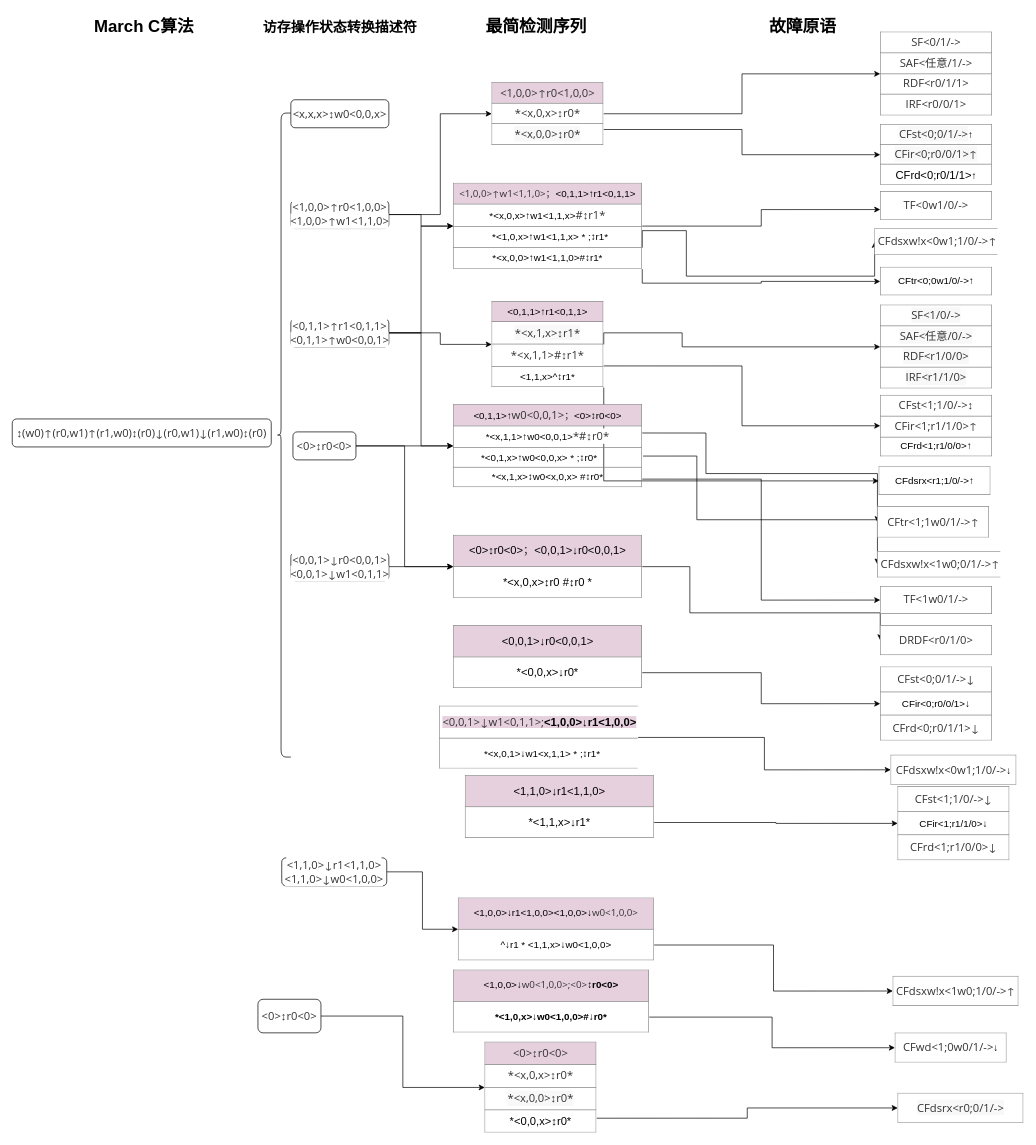
Earlier version of the draw.io diagram doc/march c检测故障.drawio (shanshan-lu/homwork). Source tidied: cells renumbered, new cells numbered last; positions are measured from the earlier drawing's top-left corner, leaving out a move shared by most shapes. Both pictures are drawn from the tidied source at 70%, with x=0, y=0 at pixel (12, 12).
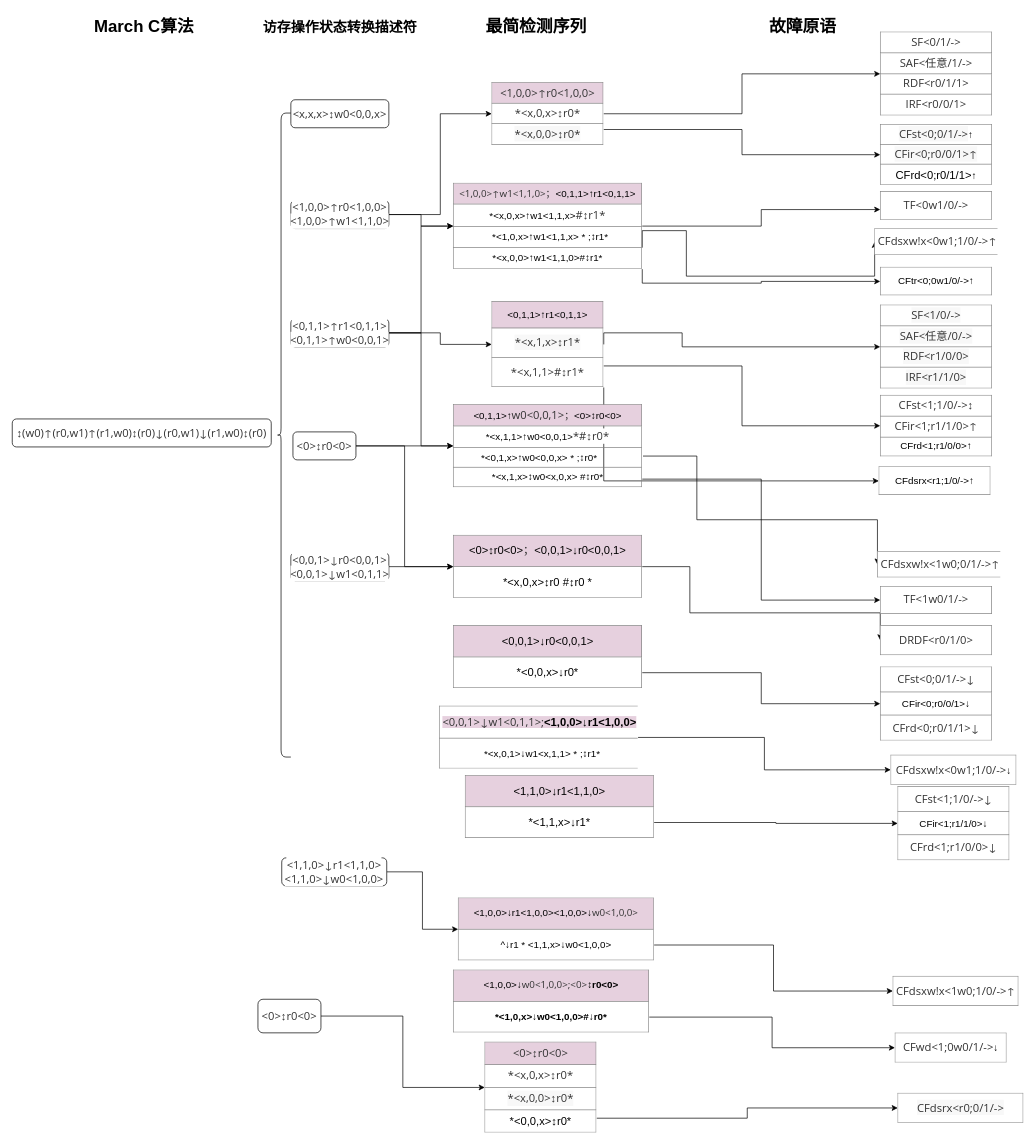
Above is the later version.

Commit message (it also covers changes not shown here):
更新march c检测故障.drawio

Unchanged cells that the change refers to:
```xml
<mxCell id="18" value="&lt;table border=&quot;1&quot; width=&quot;100%&quot; height=&quot;100%&quot; cellpadding=&quot;4&quot; style=&quot;width: 100%; height: 100%; border-collapse: collapse; font-size: 14px;&quot;&gt;&lt;tbody&gt;&lt;tr&gt;&lt;th style=&quot;background-color: rgb(230, 208, 222);&quot; align=&quot;center&quot;&gt;&lt;font style=&quot;font-size: 14px;&quot;&gt;&lt;span style=&quot;font-weight: normal;&quot;&gt;&amp;lt;0,1,1&amp;gt;↑&lt;span style=&quot;color: rgb(51, 51, 51); font-family: &amp;quot;Open Sans&amp;quot;, &amp;quot;Clear Sans&amp;quot;, &amp;quot;Helvetica Neue&amp;quot;, Helvetica, Arial, sans-serif; font-size: 16px; orphans: 4; text-align: left;&quot;&gt;w0&amp;lt;0,0,1&amp;gt;&lt;/span&gt;&lt;/span&gt;&lt;span style=&quot;font-weight: 400; color: rgb(51, 51, 51); font-family: &amp;quot;Open Sans&amp;quot;, &amp;quot;Clear Sans&amp;quot;, &amp;quot;Helvetica Neue&amp;quot;, Helvetica, Arial, sans-serif; orphans: 4; text-align: left;&quot;&gt;；&lt;/span&gt;&lt;/font&gt;&lt;span style=&quot;font-weight: normal;&quot;&gt;&amp;lt;0&amp;gt;↕r0&amp;lt;0&amp;gt;&lt;/span&gt;&lt;br&gt;&lt;/th&gt;&lt;/tr&gt;&lt;tr&gt;&lt;td align=&quot;center&quot;&gt;*&amp;lt;x,1,1&amp;gt;↑w0&amp;lt;0,0,1&amp;gt;&lt;span style=&quot;box-sizing: border-box; color: rgb(51, 51, 51); font-family: &amp;quot;Open Sans&amp;quot;, &amp;quot;Clear Sans&amp;quot;, &amp;quot;Helvetica Neue&amp;quot;, Helvetica, Arial, sans-serif; font-size: 16px; text-align: left; background-color: rgb(255, 255, 255);&quot;&gt;*&lt;/span&gt;&lt;span style=&quot;box-sizing: border-box; color: rgb(51, 51, 51); font-family: &amp;quot;Open Sans&amp;quot;, &amp;quot;Clear Sans&amp;quot;, &amp;quot;Helvetica Neue&amp;quot;, Helvetica, Arial, sans-serif; font-size: 16px; text-align: left; background-color: rgb(255, 255, 255);&quot; class=&quot;md-plain&quot;&gt;#↕r0&lt;/span&gt;&lt;span style=&quot;box-sizing: border-box; color: rgb(51, 51, 51); font-family: &amp;quot;Open Sans&amp;quot;, &amp;quot;Clear Sans&amp;quot;, &amp;quot;Helvetica Neue&amp;quot;, Helvetica, Arial, sans-serif; font-size: 16px; text-align: left; background-color: rgb(255, 255, 255);&quot;&gt;*&lt;/span&gt;&lt;b&gt;&lt;br&gt;&lt;/b&gt;&lt;/td&gt;&lt;/tr&gt;&lt;tr&gt;&lt;td&gt;&amp;nbsp; &amp;nbsp; &amp;nbsp; &amp;nbsp; &amp;nbsp;*&amp;lt;0,1,x&amp;gt;↑w0&amp;lt;0,0,x&amp;gt; * ;↕r0*&lt;br&gt;&lt;/td&gt;&lt;/tr&gt;&lt;tr&gt;&lt;td style=&quot;text-align: center;&quot;&gt;*&amp;lt;x,1,x&amp;gt;↕w0&amp;lt;x,0,x&amp;gt; #↕r0*&lt;br&gt;&lt;/td&gt;&lt;/tr&gt;&lt;/tbody&gt;&lt;/table&gt;" style="text;html=1;strokeColor=none;fillColor=none;overflow=fill;rounded=1;glass=0;arcSize=27;" parent="1" vertex="1">
  <mxGeometry x="630" y="560" width="270" height="119" as="geometry" />
</mxCell>
```

Diff of the diagram source:
```diff
@@
-    <mxCell id="12" value="&lt;table border=&quot;1&quot; width=&quot;100%&quot; height=&quot;100%&quot; cellpadding=&quot;4&quot; style=&quot;width:100%;height:100%;border-collapse:collapse;&quot;&gt;&lt;tbody&gt;&lt;tr&gt;&lt;th style=&quot;background-color: rgb(230, 208, 222);&quot; align=&quot;center&quot;&gt;&lt;span style=&quot;font-weight: normal;&quot;&gt;&lt;font style=&quot;font-size: 14px;&quot;&gt;&amp;lt;0,1,1&amp;gt;↑r1&amp;lt;0,1,1&amp;gt;&lt;/font&gt;&lt;/span&gt;&lt;br&gt;&lt;/th&gt;&lt;/tr&gt;&lt;tr&gt;&lt;td align=&quot;center&quot;&gt;&lt;span style=&quot;box-sizing: border-box; color: rgb(51, 51, 51); font-family: &amp;quot;Open Sans&amp;quot;, &amp;quot;Clear Sans&amp;quot;, &amp;quot;Helvetica Neue&amp;quot;, Helvetica, Arial, sans-serif; font-size: 16px; text-align: left; background-color: rgb(248, 248, 248);&quot; class=&quot;md-plain md-expand&quot;&gt;*&amp;lt;x,1,x&amp;gt;↕r1&lt;/span&gt;&lt;span style=&quot;box-sizing: border-box; color: rgb(51, 51, 51); font-family: &amp;quot;Open Sans&amp;quot;, &amp;quot;Clear Sans&amp;quot;, &amp;quot;Helvetica Neue&amp;quot;, Helvetica, Arial, sans-serif; font-size: 16px; text-align: left; background-color: rgb(248, 248, 248);&quot; class=&quot;md-expand&quot;&gt;*&lt;/span&gt;&lt;br&gt;&lt;/td&gt;&lt;/tr&gt;&lt;tr&gt;&lt;td align=&quot;center&quot;&gt;&lt;span style=&quot;box-sizing: border-box; color: rgb(51, 51, 51); font-family: &amp;quot;Open Sans&amp;quot;, &amp;quot;Clear Sans&amp;quot;, &amp;quot;Helvetica Neue&amp;quot;, Helvetica, Arial, sans-serif; font-size: 16px; text-align: left; background-color: rgb(255, 255, 255);&quot; class=&quot;md-plain md-expand&quot;&gt;*&amp;lt;x,1,1&amp;gt;#↕r1&lt;/span&gt;&lt;span style=&quot;box-sizing: border-box; color: rgb(51, 51, 51); font-family: &amp;quot;Open Sans&amp;quot;, &amp;quot;Clear Sans&amp;quot;, &amp;quot;Helvetica Neue&amp;quot;, Helvetica, Arial, sans-serif; font-size: 16px; text-align: left; background-color: rgb(255, 255, 255);&quot; class=&quot;md-expand&quot;&gt;*&lt;/span&gt;&lt;br&gt;&lt;/td&gt;&lt;/tr&gt;&lt;tr&gt;&lt;td style=&quot;text-align: center;&quot;&gt;&lt;font style=&quot;font-size: 14px;&quot;&gt;&amp;lt;1,1,x&amp;gt;^↕r1*&lt;/font&gt;&lt;br&gt;&lt;/td&gt;&lt;/tr&gt;&lt;/tbody&gt;&lt;/table&gt;" style="text;html=1;strokeColor=none;fillColor=none;overflow=fill;rounded=1;glass=0;" parent="1" vertex="1">
+    <mxCell id="12" value="&lt;table border=&quot;1&quot; width=&quot;100%&quot; height=&quot;100%&quot; cellpadding=&quot;4&quot; style=&quot;width:100%;height:100%;border-collapse:collapse;&quot;&gt;&lt;tbody&gt;&lt;tr&gt;&lt;th style=&quot;background-color: rgb(230, 208, 222);&quot; align=&quot;center&quot;&gt;&lt;span style=&quot;font-weight: normal;&quot;&gt;&lt;font style=&quot;font-size: 14px;&quot;&gt;&amp;lt;0,1,1&amp;gt;↑r1&amp;lt;0,1,1&amp;gt;&lt;/font&gt;&lt;/span&gt;&lt;br&gt;&lt;/th&gt;&lt;/tr&gt;&lt;tr&gt;&lt;td align=&quot;center&quot;&gt;&lt;span style=&quot;box-sizing: border-box; color: rgb(51, 51, 51); font-family: &amp;quot;Open Sans&amp;quot;, &amp;quot;Clear Sans&amp;quot;, &amp;quot;Helvetica Neue&amp;quot;, Helvetica, Arial, sans-serif; font-size: 16px; text-align: left; background-color: rgb(248, 248, 248);&quot; class=&quot;md-plain md-expand&quot;&gt;*&amp;lt;x,1,x&amp;gt;↕r1&lt;/span&gt;&lt;span style=&quot;box-sizing: border-box; color: rgb(51, 51, 51); font-family: &amp;quot;Open Sans&amp;quot;, &amp;quot;Clear Sans&amp;quot;, &amp;quot;Helvetica Neue&amp;quot;, Helvetica, Arial, sans-serif; font-size: 16px; text-align: left; background-color: rgb(248, 248, 248);&quot; class=&quot;md-expand&quot;&gt;*&lt;/span&gt;&lt;br&gt;&lt;/td&gt;&lt;/tr&gt;&lt;tr&gt;&lt;td align=&quot;center&quot;&gt;&lt;span style=&quot;box-sizing: border-box; color: rgb(51, 51, 51); font-family: &amp;quot;Open Sans&amp;quot;, &amp;quot;Clear Sans&amp;quot;, &amp;quot;Helvetica Neue&amp;quot;, Helvetica, Arial, sans-serif; font-size: 16px; text-align: left; background-color: rgb(255, 255, 255);&quot; class=&quot;md-plain md-expand&quot;&gt;*&amp;lt;x,1,1&amp;gt;#↕r1&lt;/span&gt;&lt;span style=&quot;box-sizing: border-box; color: rgb(51, 51, 51); font-family: &amp;quot;Open Sans&amp;quot;, &amp;quot;Clear Sans&amp;quot;, &amp;quot;Helvetica Neue&amp;quot;, Helvetica, Arial, sans-serif; font-size: 16px; text-align: left; background-color: rgb(255, 255, 255);&quot; class=&quot;md-expand&quot;&gt;*&lt;/span&gt;&lt;br&gt;&lt;/td&gt;&lt;/tr&gt;&lt;/tbody&gt;&lt;/table&gt;" style="text;html=1;strokeColor=none;fillColor=none;overflow=fill;rounded=1;glass=0;" parent="1" vertex="1">
       <mxGeometry x="685" y="413" width="160" height="123" as="geometry" />
     </mxCell>
@@
-    <mxCell id="15" style="edgeStyle=orthogonalEdgeStyle;rounded=0;jettySize=auto;html=1;exitX=1;exitY=0.345;exitDx=0;exitDy=0;entryX=0;entryY=0.5;entryDx=0;entryDy=0;exitPerimeter=0;" parent="1" edge="1" source="18" target="50">
-      <mxGeometry relative="1" as="geometry">
-        <Array as="points">
-          <mxPoint x="991" y="601" />
-          <mxPoint x="991" y="659" />
-        </Array>
-      </mxGeometry>
-    </mxCell>
@@
-    <mxCell id="50" value="&lt;table border=&quot;1&quot; width=&quot;100%&quot; height=&quot;100%&quot; cellpadding=&quot;4&quot; style=&quot;width: 100%; height: 100%; border-collapse: collapse; background-color: rgb(255, 255, 255);&quot;&gt;&lt;tbody&gt;&lt;tr&gt;&lt;td style=&quot;&quot; align=&quot;center&quot;&gt;&lt;span style=&quot;color: rgb(51, 51, 51); font-family: &amp;quot;Open Sans&amp;quot;, &amp;quot;Clear Sans&amp;quot;, &amp;quot;Helvetica Neue&amp;quot;, Helvetica, Arial, sans-serif; font-size: 16px; text-align: left;&quot;&gt;CFtr&amp;lt;1;1w0/1/-&amp;gt;↑&lt;/span&gt;&lt;br&gt;&lt;/td&gt;&lt;/tr&gt;&lt;/tbody&gt;&lt;/table&gt;" style="text;html=1;overflow=fill;rounded=1;glass=0;labelBackgroundColor=#E6D0DE;fontSize=14;" parent="1" vertex="1">
-      <mxGeometry x="1236" y="706" width="160" height="45" as="geometry" />
-    </mxCell>
```
